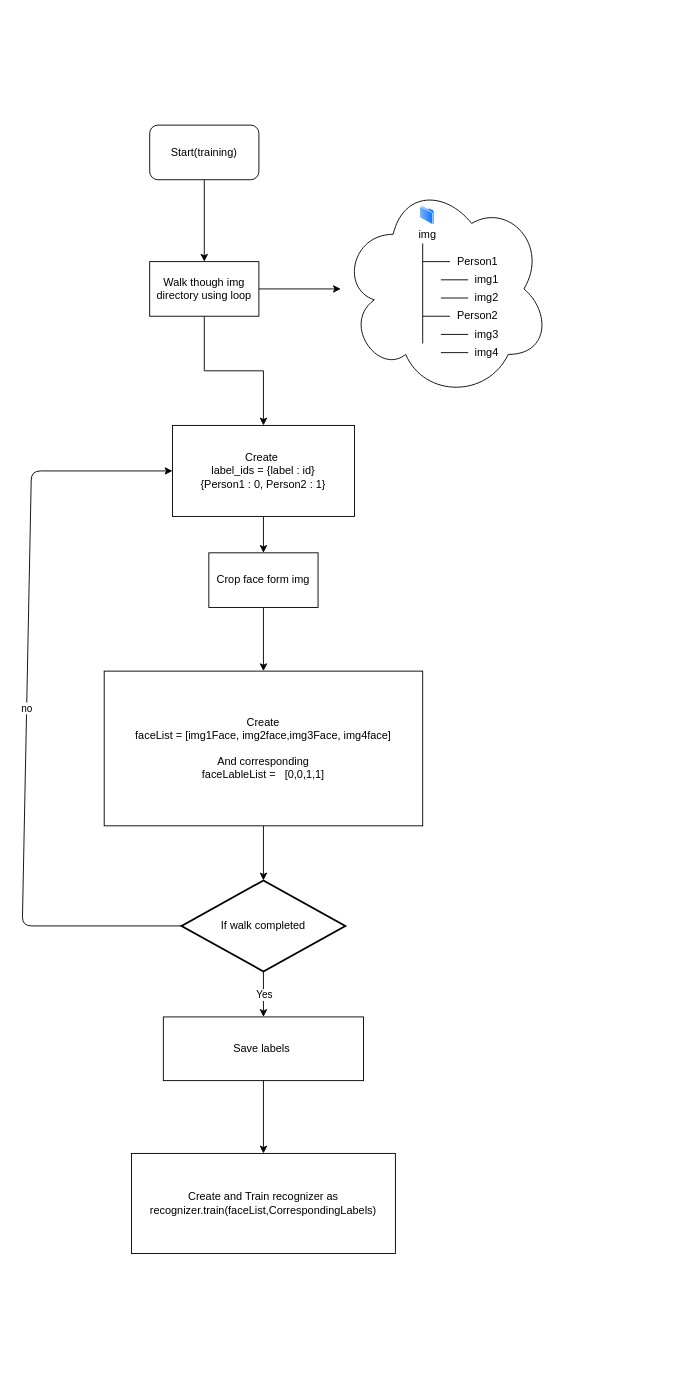
Earlier version of the draw.io diagram Documentation/Flow Diagram/train.drawio (prashantsingh2408/Face-Recognition-Attendance-System). Source tidied: cells renumbered, new cells numbered last; positions are measured from the earlier drawing's top-left corner, leaving out a move shared by most shapes. Both pictures are drawn from the tidied source at 91%, with x=0, y=0 at pixel (22, 125).
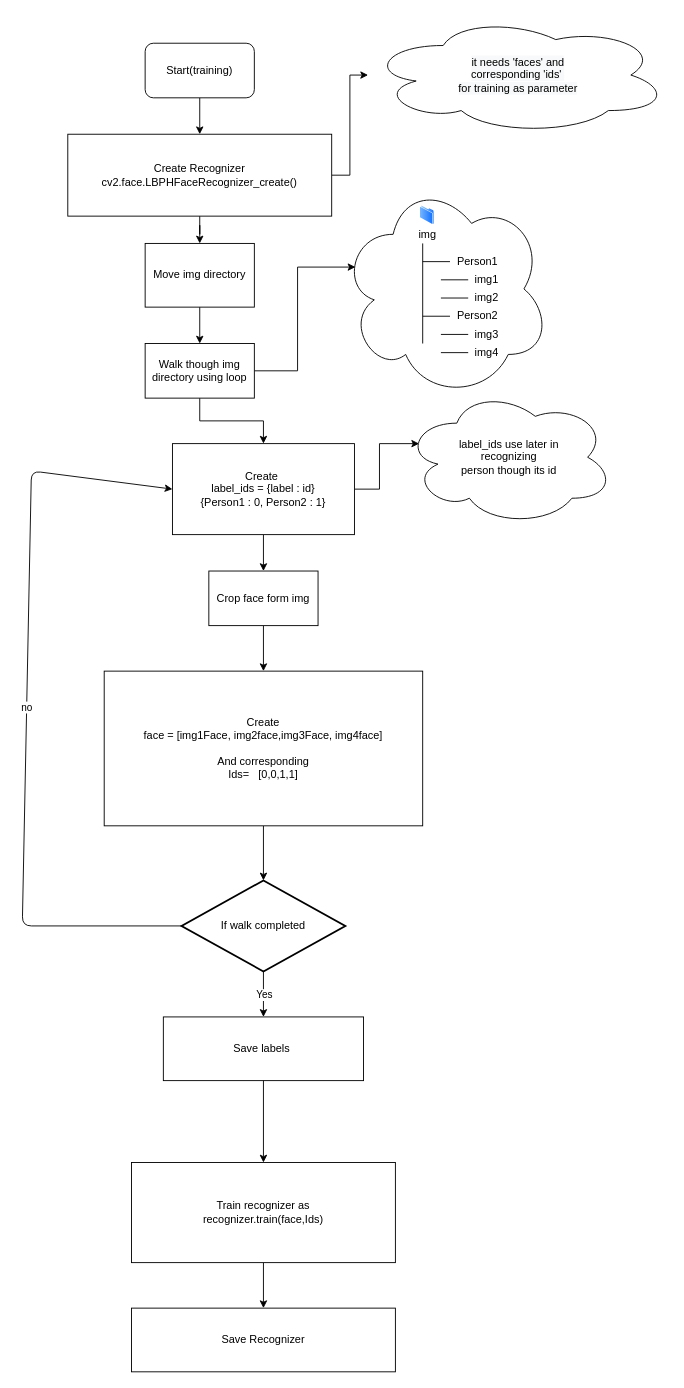
The same page after the edit.

The change refers to these unchanged cells:
```xml
<mxCell id="13" value="&lt;div style=&quot;text-align: left&quot;&gt;&lt;br&gt;&lt;/div&gt;" style="ellipse;shape=cloud;whiteSpace=wrap;html=1;rounded=0;" parent="1" vertex="1">
  <mxGeometry x="350" y="60" width="230" height="240" as="geometry" />
</mxCell>
```

The edit, as a diff of the source:
```diff
@@
-    <mxCell id="2" style="edgeStyle=orthogonalEdgeStyle;rounded=0;jettySize=auto;html=1;entryX=0.5;entryY=0;entryDx=0;entryDy=0;" parent="1" edge="1" source="3" target="6">
-      <mxGeometry relative="1" as="geometry" />
-    </mxCell>
+    <mxCell id="37" style="edgeStyle=orthogonalEdgeStyle;rounded=0;jettySize=auto;html=1;entryX=0.5;entryY=0;entryDx=0;entryDy=0;" parent="1" edge="1" source="3" target="44">
+      <mxGeometry relative="1" as="geometry" />
+    </mxCell>
     <mxCell id="3" value="Start(training)" style="rounded=1;whiteSpace=wrap;html=1;" parent="1" vertex="1">
-      <mxGeometry x="140" width="120" height="60" as="geometry" />
+      <mxGeometry x="135" y="-90" width="120" height="60" as="geometry" />
     </mxCell>
+    <mxCell id="38" style="edgeStyle=orthogonalEdgeStyle;rounded=0;jettySize=auto;html=1;" parent="1" edge="1" source="39" target="6">
+      <mxGeometry relative="1" as="geometry" />
+    </mxCell>
+    <mxCell id="39" value="Move img directory" style="rounded=0;whiteSpace=wrap;html=1;" parent="1" vertex="1">
+      <mxGeometry x="135" y="130" width="120" height="70" as="geometry" />
+    </mxCell>
@@
-    <mxCell id="5" style="edgeStyle=orthogonalEdgeStyle;rounded=0;jettySize=auto;html=1;" parent="1" edge="1" source="6" target="13">
+    <mxCell id="5" style="edgeStyle=orthogonalEdgeStyle;rounded=0;jettySize=auto;html=1;entryX=0.07;entryY=0.4;entryDx=0;entryDy=0;entryPerimeter=0;" parent="1" edge="1" source="6" target="13">
       <mxGeometry relative="1" as="geometry" />
     </mxCell>
     <mxCell id="6" value="Walk though img directory using loop" style="rounded=0;whiteSpace=wrap;html=1;" parent="1" vertex="1">
-      <mxGeometry x="140" y="150" width="120" height="60" as="geometry" />
+      <mxGeometry x="135" y="240" width="120" height="60" as="geometry" />
     </mxCell>
@@
+    <mxCell id="40" style="edgeStyle=orthogonalEdgeStyle;rounded=0;jettySize=auto;html=1;entryX=0.07;entryY=0.4;entryDx=0;entryDy=0;entryPerimeter=0;" parent="1" edge="1" source="8" target="45">
+      <mxGeometry relative="1" as="geometry" />
+    </mxCell>
     <mxCell id="8" value="Create&amp;nbsp;&lt;br&gt;label_ids = {label : id}&lt;br&gt;{Person1 : 0, Person2 : 1}" style="rounded=0;whiteSpace=wrap;html=1;" parent="1" vertex="1">
-      <mxGeometry x="165" y="330" width="200" height="100" as="geometry" />
+      <mxGeometry x="165" y="350" width="200" height="100" as="geometry" />
     </mxCell>
@@
     <mxCell id="10" value="Crop face form img" style="rounded=0;whiteSpace=wrap;html=1;" parent="1" vertex="1">
-      <mxGeometry x="205" y="470" width="120" height="60" as="geometry" />
+      <mxGeometry x="205" y="490" width="120" height="60" as="geometry" />
     </mxCell>
@@
-    <mxCell id="12" value="Create &lt;br&gt;faceList = [img1Face, img2face,img3Face, img4face]&lt;br&gt;&lt;br&gt;And corresponding &lt;br&gt;faceLableList =&amp;nbsp; &amp;nbsp;[0,0,1,1]" style="rounded=0;whiteSpace=wrap;html=1;" parent="1" vertex="1">
+    <mxCell id="12" value="Create &lt;br&gt;face = [img1Face, img2face,img3Face, img4face]&lt;br&gt;&lt;br&gt;And corresponding &lt;br&gt;Ids=&amp;nbsp; &amp;nbsp;[0,0,1,1]" style="rounded=0;whiteSpace=wrap;html=1;" parent="1" vertex="1">
       <mxGeometry x="90" y="600" width="350" height="170" as="geometry" />
     </mxCell>
@@
+    <mxCell id="41" style="edgeStyle=orthogonalEdgeStyle;rounded=0;jettySize=auto;html=1;" parent="1" edge="1" source="30" target="47">
+      <mxGeometry relative="1" as="geometry" />
+    </mxCell>
-    <mxCell id="30" value="Create and Train recognizer as&lt;br&gt;recognizer.train(faceList,CorrespondingLabels)" style="rounded=0;whiteSpace=wrap;html=1;" parent="1" vertex="1">
-      <mxGeometry x="120" y="1130" width="290" height="110" as="geometry" />
+    <mxCell id="30" value="Train recognizer as&lt;br&gt;recognizer.train(face,Ids)" style="rounded=0;whiteSpace=wrap;html=1;" parent="1" vertex="1">
+      <mxGeometry x="120" y="1140" width="290" height="110" as="geometry" />
     </mxCell>
@@
+    <mxCell id="42" style="edgeStyle=orthogonalEdgeStyle;rounded=0;jettySize=auto;html=1;" parent="1" edge="1" source="44" target="39">
+      <mxGeometry relative="1" as="geometry" />
+    </mxCell>
+    <mxCell id="43" style="edgeStyle=orthogonalEdgeStyle;rounded=0;jettySize=auto;html=1;" parent="1" edge="1" source="44" target="46">
+      <mxGeometry relative="1" as="geometry" />
+    </mxCell>
+    <mxCell id="44" value="Create Recognizer&lt;br&gt;cv2.face.LBPHFaceRecognizer_create()" style="whiteSpace=wrap;html=1;" parent="1" vertex="1">
+      <mxGeometry x="50" y="10" width="290" height="90" as="geometry" />
+    </mxCell>
+    <mxCell id="45" value="label_ids use later in &lt;br&gt;recognizing &lt;br&gt;person though its id" style="ellipse;shape=cloud;whiteSpace=wrap;html=1;rounded=0;" parent="1" vertex="1">
+      <mxGeometry x="420" y="290" width="230" height="150" as="geometry" />
+    </mxCell>
+    <mxCell id="46" value="&lt;span style=&quot;color: rgb(0 , 0 , 0) ; font-family: &amp;#34;helvetica&amp;#34; ; font-size: 12px ; font-style: normal ; font-weight: 400 ; letter-spacing: normal ; text-align: center ; text-indent: 0px ; text-transform: none ; word-spacing: 0px ; background-color: rgb(248 , 249 , 250) ; display: inline ; float: none&quot;&gt;it needs 'faces' and &lt;br&gt;corresponding 'ids'&amp;nbsp;&lt;br&gt;for training as parameter&lt;/span&gt;" style="ellipse;shape=cloud;whiteSpace=wrap;html=1;" parent="1" vertex="1">
+      <mxGeometry x="380" y="-120" width="330" height="130" as="geometry" />
+    </mxCell>
+    <mxCell id="47" value="Save Recognizer" style="rounded=0;whiteSpace=wrap;html=1;" parent="1" vertex="1">
+      <mxGeometry x="120" y="1300" width="290" height="70" as="geometry" />
+    </mxCell>
```
